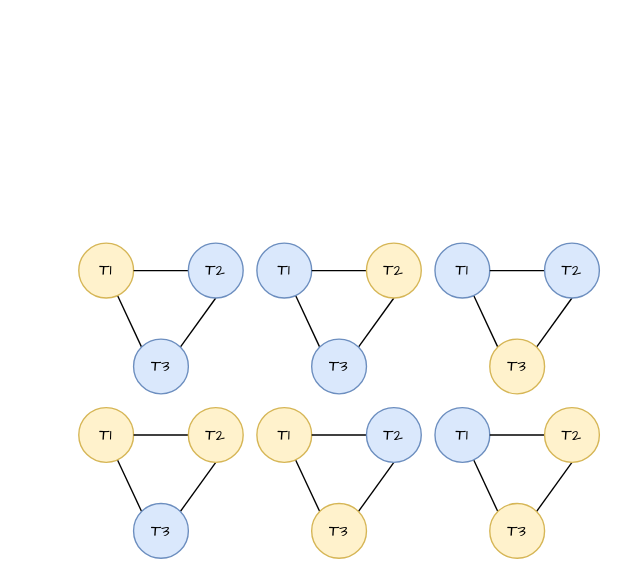
The draw.io diagram Join order.drawio in XieJiann/imgHost, before the edit. Source tidied: cells renumbered, new cells numbered last; positions are measured from the earlier drawing's top-left corner, leaving out a move shared by most shapes. Both pictures are drawn from the tidied source at 137%, with x=0, y=0 at pixel (78, 242).
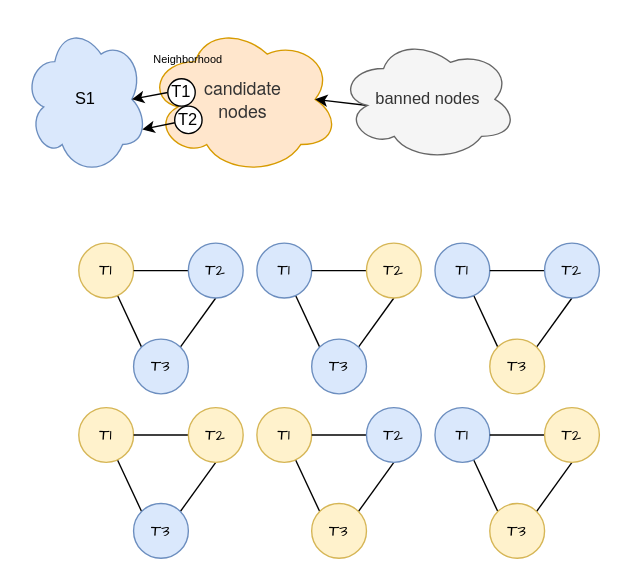
Above is the later version.

What changed in the source:
```diff
@@
+    <mxCell id="38" value="&lt;span style=&quot;color: rgb(51, 51, 51); font-family: &amp;quot;Helvetica Neue&amp;quot;, Helvetica, Arial, &amp;quot;Hiragino Sans GB&amp;quot;, &amp;quot;Hiragino Sans GB W3&amp;quot;, &amp;quot;Microsoft YaHei UI&amp;quot;, &amp;quot;Microsoft YaHei&amp;quot;, sans-serif; font-size: 13px; text-align: left;&quot;&gt;candidate&lt;br&gt;nodes&lt;br&gt;&lt;/span&gt;" style="ellipse;shape=cloud;whiteSpace=wrap;html=1;fillColor=#ffe6cc;strokeColor=#d79b00;" parent="1" vertex="1">
+      <mxGeometry x="50" y="-160" width="140" height="110" as="geometry" />
+    </mxCell>
@@
+    <mxCell id="39" value="S1" style="ellipse;shape=cloud;whiteSpace=wrap;html=1;fillColor=#dae8fc;strokeColor=#6c8ebf;" parent="1" vertex="1">
+      <mxGeometry x="-40" y="-160" width="90" height="110" as="geometry" />
+    </mxCell>
+    <mxCell id="40" style="rounded=0;jettySize=auto;html=1;exitX=0;exitY=0.5;exitDx=0;exitDy=0;entryX=0.875;entryY=0.5;entryDx=0;entryDy=0;entryPerimeter=0;" parent="1" edge="1" source="41" target="39">
+      <mxGeometry relative="1" as="geometry" />
+    </mxCell>
+    <mxCell id="41" value="T1" style="ellipse;whiteSpace=wrap;html=1;" parent="1" vertex="1">
+      <mxGeometry x="65" y="-120" width="20" height="20" as="geometry" />
+    </mxCell>
+    <mxCell id="42" style="edgeStyle=none;rounded=0;jettySize=auto;html=1;entryX=0.96;entryY=0.7;entryDx=0;entryDy=0;entryPerimeter=0;" parent="1" edge="1" source="43" target="39">
+      <mxGeometry relative="1" as="geometry" />
+    </mxCell>
+    <mxCell id="43" value="T2" style="ellipse;whiteSpace=wrap;html=1;" parent="1" vertex="1">
+      <mxGeometry x="70" y="-100" width="20" height="20" as="geometry" />
+    </mxCell>
+    <mxCell id="44" value="&lt;font style=&quot;font-size: 8px;&quot;&gt;Neighborhood&lt;/font&gt;" style="text;html=1;strokeColor=none;fillColor=none;align=center;verticalAlign=middle;whiteSpace=wrap;rounded=0;" parent="1" vertex="1">
+      <mxGeometry x="50" y="-150" width="60" height="30" as="geometry" />
+    </mxCell>
+    <mxCell id="45" style="edgeStyle=none;rounded=0;jettySize=auto;html=1;exitX=0.16;exitY=0.55;exitDx=0;exitDy=0;exitPerimeter=0;entryX=0.875;entryY=0.5;entryDx=0;entryDy=0;entryPerimeter=0;" parent="1" edge="1" source="46" target="38">
+      <mxGeometry relative="1" as="geometry" />
+    </mxCell>
+    <mxCell id="46" value="banned nodes" style="ellipse;shape=cloud;whiteSpace=wrap;html=1;fillColor=#f5f5f5;strokeColor=#666666;fontColor=#333333;" parent="1" vertex="1">
+      <mxGeometry x="190" y="-150" width="130" height="90" as="geometry" />
+    </mxCell>
```
